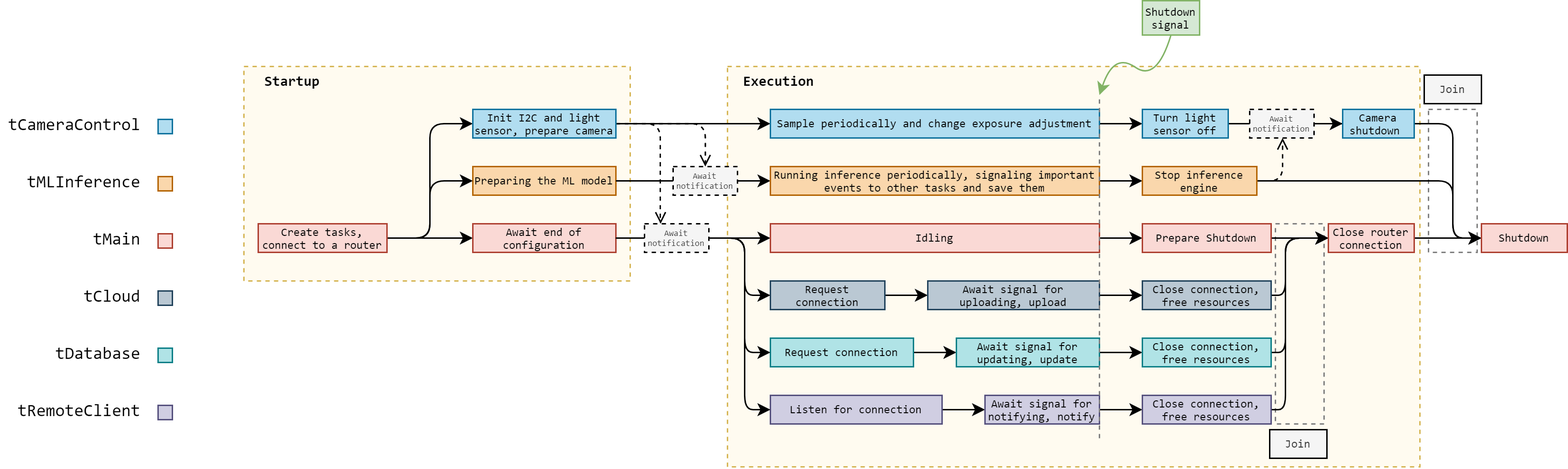
Above: 3. Design/4. Software Specification/threads/thread-timeline.png in esrg-silent-howl/argos (draw.io), before the change. Source tidied: cells renumbered, new cells last; positions are measured from the earlier drawing's top-left corner, leaving out a move shared by most shapes.
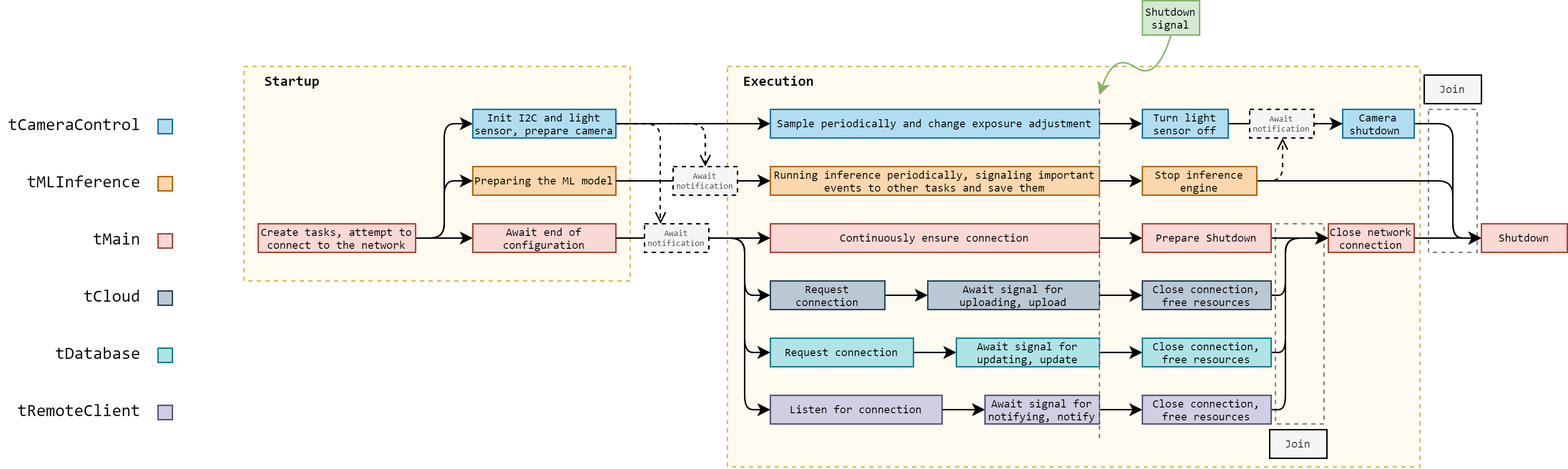
The same file after the commit.

Diff of the diagram source:
```diff
@@ -29,8 +29,8 @@
     <mxCell id="10" style="edgeStyle=orthogonalEdgeStyle;rounded=1;jettySize=auto;html=1;endArrow=classic;endFill=1;fontFamily=Consolas;fontSize=8;fontColor=#000000;" parent="1" edge="1" source="11" target="38">
       <mxGeometry relative="1" as="geometry" />
     </mxCell>
-    <mxCell id="11" value="Create tasks, connect to a router" style="rounded=0;whiteSpace=wrap;html=1;fontFamily=Consolas;fillColor=#fad9d5;fontSize=8;strokeColor=#ae4132;" parent="1" vertex="1">
-      <mxGeometry x="180" y="156" width="90" height="20" as="geometry" />
+    <mxCell id="11" value="Create tasks, attempt to connect to the network" style="rounded=0;whiteSpace=wrap;html=1;fontFamily=Consolas;fillColor=#fad9d5;fontSize=8;strokeColor=#ae4132;" parent="1" vertex="1">
+      <mxGeometry x="180" y="156" width="110" height="20" as="geometry" />
     </mxCell>
     <mxCell id="12" value="&lt;span&gt;tMLInference&lt;/span&gt;" style="text;html=1;strokeColor=none;fillColor=none;align=right;verticalAlign=middle;whiteSpace=wrap;rounded=0;fontFamily=Consolas;" parent="1" vertex="1">
       <mxGeometry x="20" y="116" width="80" height="20" as="geometry" />
@@ -148,7 +148,7 @@
     <mxCell id="43" style="edgeStyle=orthogonalEdgeStyle;rounded=1;jettySize=auto;html=1;endArrow=classic;endFill=1;fontFamily=Consolas;fontSize=8;fontColor=#000000;entryX=0;entryY=0.5;entryDx=0;entryDy=0;" parent="1" edge="1" source="44" target="57">
       <mxGeometry relative="1" as="geometry" />
     </mxCell>
-    <mxCell id="44" value="Idling" style="rounded=0;whiteSpace=wrap;html=1;fontFamily=Consolas;fillColor=#fad9d5;fontSize=8;strokeColor=#ae4132;" parent="1" vertex="1">
+    <mxCell id="44" value="Continuously ensure connection" style="rounded=0;whiteSpace=wrap;html=1;fontFamily=Consolas;fillColor=#fad9d5;fontSize=8;strokeColor=#ae4132;" parent="1" vertex="1">
       <mxGeometry x="538" y="156" width="230" height="20" as="geometry" />
     </mxCell>
     <mxCell id="45" style="edgeStyle=orthogonalEdgeStyle;rounded=1;jettySize=auto;html=1;entryX=0;entryY=0.5;entryDx=0;entryDy=0;endArrow=classic;endFill=1;fontFamily=Consolas;fontSize=8;fontColor=#000000;exitX=1;exitY=0.5;exitDx=0;exitDy=0;" parent="1" edge="1" source="65" target="58">
@@ -309,7 +309,7 @@
     <mxCell id="82" value="Prepare Shutdown" style="rounded=0;whiteSpace=wrap;html=1;fontFamily=Consolas;fillColor=#fad9d5;fontSize=8;strokeColor=#ae4132;" parent="1" vertex="1">
       <mxGeometry x="798" y="156" width="90" height="20" as="geometry" />
     </mxCell>
-    <mxCell id="83" value="Close router&lt;br&gt;connection" style="rounded=0;whiteSpace=wrap;html=1;fontFamily=Consolas;fillColor=#fad9d5;fontSize=8;strokeColor=#ae4132;" parent="1" vertex="1">
+    <mxCell id="83" value="Close network&lt;br&gt;connection" style="rounded=0;whiteSpace=wrap;html=1;fontFamily=Consolas;fillColor=#fad9d5;fontSize=8;strokeColor=#ae4132;" parent="1" vertex="1">
       <mxGeometry x="928" y="156" width="60" height="20" as="geometry" />
     </mxCell>
     <mxCell id="84" value="Shutdown" style="rounded=0;whiteSpace=wrap;html=1;fontFamily=Consolas;fillColor=#fad9d5;fontSize=8;strokeColor=#ae4132;" parent="1" vertex="1">
```
